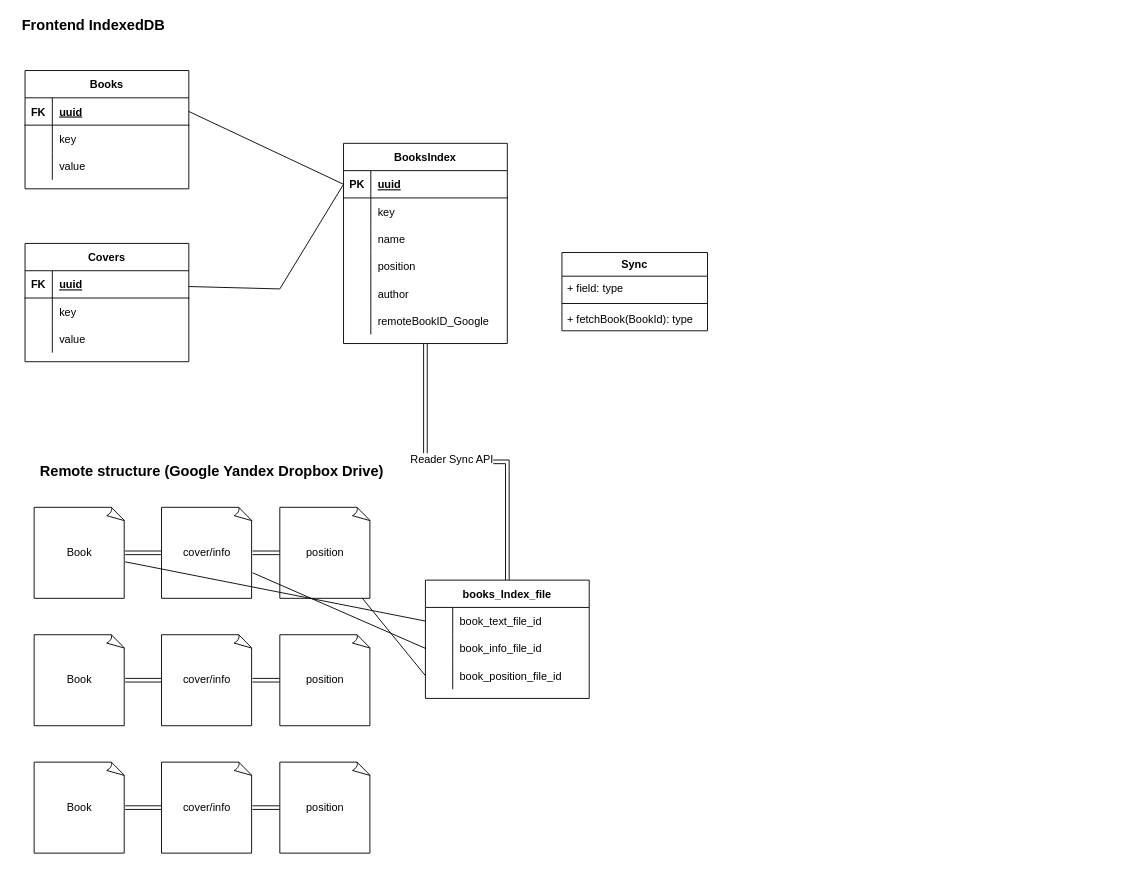
This is documents/relations.drawio from teranich/careful-reader, a draw.io file, before an edit. Source tidied: cells renumbered, new cells numbered last; positions are measured from the earlier drawing's top-left corner, leaving out a move shared by most shapes. Both pictures are drawn from the tidied source at 91%, with x=0, y=0 at pixel (15, 15).
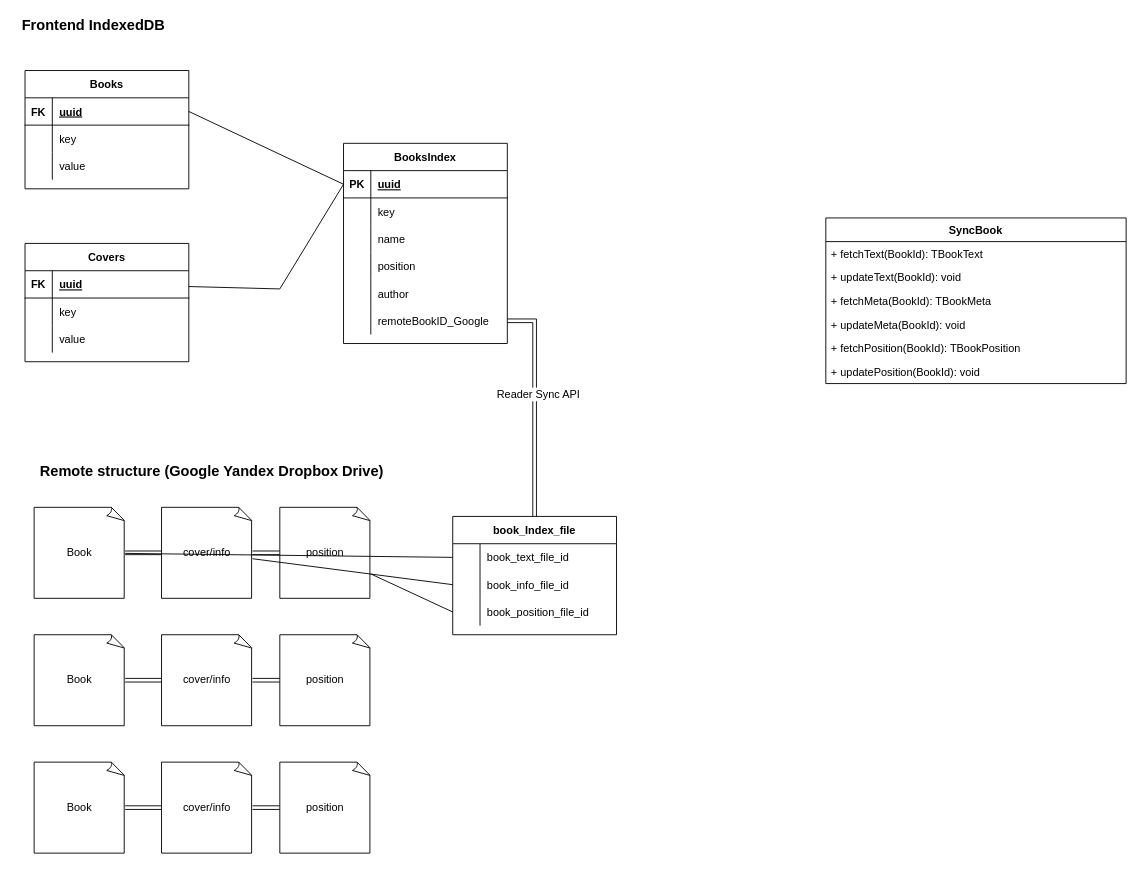
The same diagram, later.

The change refers to these unchanged cells:
```xml
<mxCell id="14" value="BooksIndex" style="shape=table;startSize=30;childLayout=tableLayout;rowLines=0;fontStyle=1;align=center;" parent="1" vertex="1">
  <mxGeometry x="360" y="140" width="180" height="220" as="geometry" />
</mxCell>
<mxCell id="30" style="shape=tableRow;horizontal=0;startSize=0;swimlaneHead=0;swimlaneBody=0;fillColor=none;points=[[0,0.5],[1,0.5]];portConstraint=eastwest;top=0;left=0;right=0;bottom=0;" parent="14" vertex="1">
  <mxGeometry y="180" width="180" height="30" as="geometry" />
</mxCell>
```

What changed in the source:
```diff
@@
-    <mxCell id="12" style="edgeStyle=orthogonalEdgeStyle;rounded=0;jettySize=auto;html=1;exitX=0.5;exitY=1;exitDx=0;exitDy=0;entryX=0.5;entryY=0;entryDx=0;entryDy=0;fontSize=12;shape=link;" parent="1" edge="1" source="14" target="66">
+    <mxCell id="12" style="edgeStyle=orthogonalEdgeStyle;rounded=0;jettySize=auto;html=1;exitX=1;exitY=0.5;exitDx=0;exitDy=0;entryX=0.5;entryY=0;entryDx=0;entryDy=0;fontSize=12;shape=link;" parent="1" edge="1" source="30" target="66">
       <mxGeometry relative="1" as="geometry" />
     </mxCell>
@@
-    <mxCell id="62" value="Sync" style="swimlane;fontStyle=1;align=center;verticalAlign=top;horizontal=1;startSize=26;fontSize=12;" parent="1" vertex="1">
-      <mxGeometry x="600" y="260" width="160" height="86" as="geometry" />
+    <mxCell id="62" value="SyncBook" style="swimlane;fontStyle=1;align=center;verticalAlign=top;horizontal=1;startSize=26;fontSize=12;" parent="1" vertex="1">
+      <mxGeometry x="890" y="222" width="330" height="182" as="geometry" />
     </mxCell>
-    <mxCell id="63" value="+ field: type" style="text;strokeColor=none;fillColor=none;align=left;verticalAlign=top;spacingLeft=4;spacingRight=4;overflow=hidden;fontSize=12;" parent="62" vertex="1">
-      <mxGeometry y="26" width="160" height="26" as="geometry" />
-    </mxCell>
-    <mxCell id="64" style="line;strokeWidth=1;fillColor=none;align=left;verticalAlign=middle;spacingTop=-1;spacingLeft=3;spacingRight=3;labelPosition=right;fontSize=12;" parent="62" vertex="1">
-      <mxGeometry y="52" width="160" height="8" as="geometry" />
-    </mxCell>
-    <mxCell id="65" value="+ fetchBook(BookId): type" style="text;strokeColor=none;fillColor=none;align=left;verticalAlign=top;spacingLeft=4;spacingRight=4;overflow=hidden;fontSize=12;" parent="62" vertex="1">
-      <mxGeometry y="60" width="160" height="26" as="geometry" />
+    <mxCell id="65" value="+ fetchText(BookId): TBookText" style="text;strokeColor=none;fillColor=none;align=left;verticalAlign=top;spacingLeft=4;spacingRight=4;overflow=hidden;fontSize=12;" parent="62" vertex="1">
+      <mxGeometry y="26" width="330" height="26" as="geometry" />
     </mxCell>
+    <mxCell id="79" value="+ updateText(BookId): void" style="text;strokeColor=none;fillColor=none;align=left;verticalAlign=top;spacingLeft=4;spacingRight=4;overflow=hidden;fontSize=12;" parent="62" vertex="1">
+      <mxGeometry y="52" width="330" height="26" as="geometry" />
+    </mxCell>
+    <mxCell id="80" value="+ fetchMeta(BookId): TBookMeta" style="text;strokeColor=none;fillColor=none;align=left;verticalAlign=top;spacingLeft=4;spacingRight=4;overflow=hidden;fontSize=12;" parent="62" vertex="1">
+      <mxGeometry y="78" width="330" height="26" as="geometry" />
+    </mxCell>
+    <mxCell id="81" value="+ updateMeta(BookId): void" style="text;strokeColor=none;fillColor=none;align=left;verticalAlign=top;spacingLeft=4;spacingRight=4;overflow=hidden;fontSize=12;" parent="62" vertex="1">
+      <mxGeometry y="104" width="330" height="26" as="geometry" />
+    </mxCell>
+    <mxCell id="82" value="+ fetchPosition(BookId): TBookPosition" style="text;strokeColor=none;fillColor=none;align=left;verticalAlign=top;spacingLeft=4;spacingRight=4;overflow=hidden;fontSize=12;" parent="62" vertex="1">
+      <mxGeometry y="130" width="330" height="26" as="geometry" />
+    </mxCell>
+    <mxCell id="83" value="+ updatePosition(BookId): void" style="text;strokeColor=none;fillColor=none;align=left;verticalAlign=top;spacingLeft=4;spacingRight=4;overflow=hidden;fontSize=12;" parent="62" vertex="1">
+      <mxGeometry y="156" width="330" height="26" as="geometry" />
+    </mxCell>
-    <mxCell id="66" value="books_Index_file" style="shape=table;startSize=30;childLayout=tableLayout;rowLines=0;fontStyle=1;align=center;" parent="1" vertex="1">
-      <mxGeometry x="450" y="620" width="180" height="130" as="geometry" />
+    <mxCell id="66" value="book_Index_file" style="shape=table;startSize=30;childLayout=tableLayout;rowLines=0;fontStyle=1;align=center;" parent="1" vertex="1">
+      <mxGeometry x="480" y="550" width="180" height="130" as="geometry" />
     </mxCell>
```
